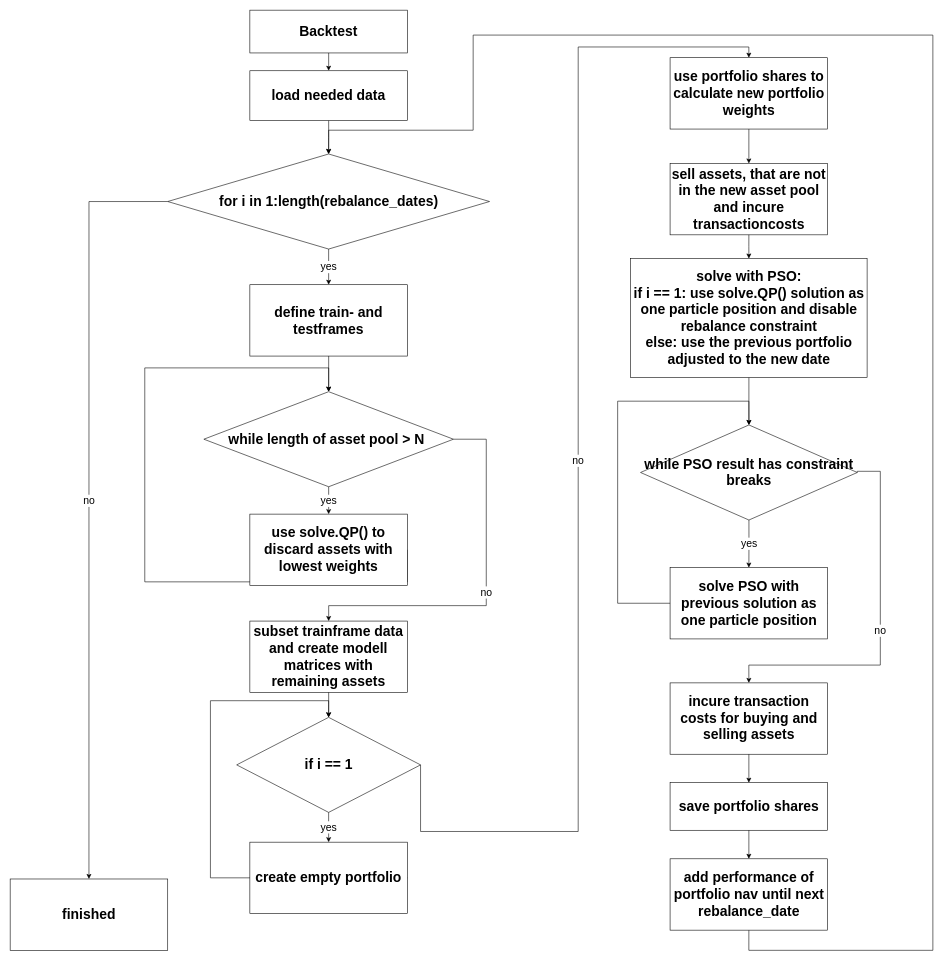
This is img/Chapter9_PSO_Process3.drawio from AxelCode-R/Asset-Allocation-using-Particle-Swarm-Optimization-in-R, a draw.io file, before an edit. Source tidied: cells renumbered, new cells numbered last; positions are measured from the earlier drawing's top-left corner, leaving out a move shared by most shapes. Both pictures are drawn from the tidied source at 58%, with x=0, y=0 at pixel (10, 10).
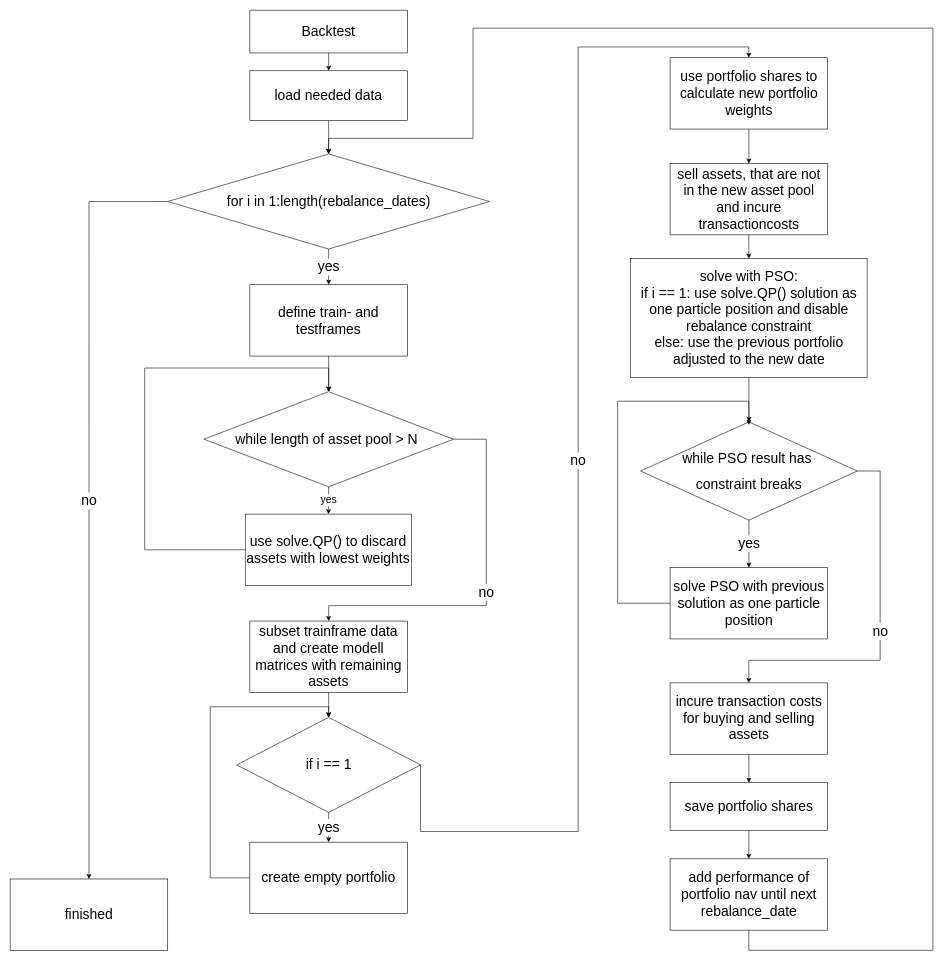
After the change.

Unchanged cells that the change refers to:
```xml
<mxCell id="2" style="group;" parent="1" vertex="1">
  <mxGeometry width="1592" height="1621" as="geometry" />
</mxCell>
```

Diff of the diagram source:
```diff
@@
-    <mxCell id="3" value="&lt;h1&gt;Backtest&lt;/h1&gt;" style="whiteSpace=wrap;html=1;" parent="2" vertex="1">
+    <mxCell id="3" value="&lt;h1&gt;&lt;span style=&quot;font-weight: normal&quot;&gt;Backtest&lt;/span&gt;&lt;/h1&gt;" style="whiteSpace=wrap;html=1;" parent="2" vertex="1">
       <mxGeometry x="413.3" width="271.7" height="73.8" as="geometry" />
     </mxCell>
-    <mxCell id="4" value="&lt;h1&gt;load needed data&lt;/h1&gt;" style="whiteSpace=wrap;html=1;" parent="2" vertex="1">
+    <mxCell id="4" value="&lt;h1&gt;&lt;span style=&quot;font-weight: normal&quot;&gt;load needed data&lt;/span&gt;&lt;/h1&gt;" style="whiteSpace=wrap;html=1;" parent="2" vertex="1">
       <mxGeometry x="413.3" y="104.5" width="271.7" height="86.1" as="geometry" />
     </mxCell>
@@
-    <mxCell id="6" value="&lt;h1&gt;&lt;span&gt;for i in 1:length(rebalance_dates)&lt;/span&gt;&lt;/h1&gt;" style="rhombus;whiteSpace=wrap;html=1;" parent="2" vertex="1">
+    <mxCell id="6" value="&lt;h1&gt;&lt;span style=&quot;font-weight: normal&quot;&gt;for i in 1:length(rebalance_dates)&lt;/span&gt;&lt;/h1&gt;" style="rhombus;whiteSpace=wrap;html=1;" parent="2" vertex="1">
       <mxGeometry x="271.7" y="248" width="554.8" height="163.9" as="geometry" />
     </mxCell>
@@
-    <mxCell id="8" value="&lt;h1&gt;define train- and testframes&lt;/h1&gt;" style="whiteSpace=wrap;html=1;" parent="2" vertex="1">
+    <mxCell id="8" value="&lt;h1&gt;&lt;span style=&quot;font-weight: normal&quot;&gt;define train- and testframes&lt;/span&gt;&lt;/h1&gt;" style="whiteSpace=wrap;html=1;" parent="2" vertex="1">
       <mxGeometry x="413.3" y="473.4" width="271.7" height="123" as="geometry" />
     </mxCell>
-    <mxCell id="9" value="&lt;font style=&quot;font-size: 18px&quot;&gt;yes&lt;/font&gt;" style="edgeStyle=orthogonalEdgeStyle;rounded=0;jettySize=auto;html=1;exitX=0.5;exitY=1;exitDx=0;exitDy=0;entryX=0.5;entryY=0;entryDx=0;entryDy=0;" parent="2" edge="1" source="6" target="8">
+    <mxCell id="9" value="&lt;font style=&quot;font-size: 24px&quot;&gt;yes&lt;/font&gt;" style="edgeStyle=orthogonalEdgeStyle;rounded=0;jettySize=auto;html=1;exitX=0.5;exitY=1;exitDx=0;exitDy=0;entryX=0.5;entryY=0;entryDx=0;entryDy=0;" parent="2" edge="1" source="6" target="8">
       <mxGeometry relative="1" as="geometry" />
     </mxCell>
-    <mxCell id="10" value="&lt;h1&gt;subset trainframe data and create modell matrices with remaining assets&lt;/h1&gt;" style="whiteSpace=wrap;html=1;" parent="2" vertex="1">
+    <mxCell id="10" value="&lt;h1&gt;&lt;span style=&quot;font-weight: normal&quot;&gt;subset trainframe data and create modell matrices with remaining assets&lt;/span&gt;&lt;/h1&gt;" style="whiteSpace=wrap;html=1;" parent="2" vertex="1">
       <mxGeometry x="413.3" y="1053.3" width="271.7" height="123" as="geometry" />
     </mxCell>
-    <mxCell id="11" value="&lt;font style=&quot;font-size: 18px&quot;&gt;no&lt;/font&gt;" style="edgeStyle=orthogonalEdgeStyle;rounded=0;jettySize=auto;html=1;exitX=1;exitY=0.5;exitDx=0;exitDy=0;entryX=0.5;entryY=0;entryDx=0;entryDy=0;" parent="2" edge="1" source="12" target="10">
+    <mxCell id="11" value="&lt;font style=&quot;font-size: 24px&quot;&gt;no&lt;/font&gt;" style="edgeStyle=orthogonalEdgeStyle;rounded=0;jettySize=auto;html=1;exitX=1;exitY=0.5;exitDx=0;exitDy=0;entryX=0.5;entryY=0;entryDx=0;entryDy=0;" parent="2" edge="1" source="12" target="10">
       <mxGeometry relative="1" as="geometry">
         <Array as="points">
           <mxPoint x="820.9" y="739.8" />
           <mxPoint x="820.9" y="1026.7" />
           <mxPoint x="549.2" y="1026.7" />
         </Array>
       </mxGeometry>
     </mxCell>
-    <mxCell id="12" value="&lt;h1&gt;while length of asset pool &amp;gt; N&amp;nbsp;&lt;/h1&gt;" style="rhombus;whiteSpace=wrap;html=1;" parent="2" vertex="1">
+    <mxCell id="12" value="&lt;h1&gt;&lt;span style=&quot;font-weight: normal&quot;&gt;while length of asset pool &amp;gt; N&amp;nbsp;&lt;/span&gt;&lt;/h1&gt;" style="rhombus;whiteSpace=wrap;html=1;" parent="2" vertex="1">
       <mxGeometry x="334" y="657.8" width="430.3" height="163.9" as="geometry" />
     </mxCell>
@@
     <mxCell id="14" style="edgeStyle=orthogonalEdgeStyle;rounded=0;jettySize=auto;html=1;exitX=1;exitY=0.5;exitDx=0;exitDy=0;entryX=0.5;entryY=0;entryDx=0;entryDy=0;entryPerimeter=0;" parent="2" edge="1" source="15" target="12">
       <mxGeometry relative="1" as="geometry">
         <Array as="points">
-          <mxPoint x="232.1" y="985.7" />
-          <mxPoint x="232.1" y="616.8" />
-          <mxPoint x="549.2" y="616.8" />
+          <mxPoint x="232" y="930" />
+          <mxPoint x="232" y="617" />
+          <mxPoint x="549" y="617" />
         </Array>
       </mxGeometry>
     </mxCell>
-    <mxCell id="15" value="&lt;h1&gt;use solve.QP() to discard assets with lowest weights&lt;/h1&gt;" style="whiteSpace=wrap;html=1;" parent="2" vertex="1">
-      <mxGeometry x="413.3" y="868.9" width="271.7" height="123" as="geometry" />
+    <mxCell id="15" value="&lt;h1&gt;&lt;span style=&quot;font-weight: normal&quot;&gt;use solve.QP() to discard assets with lowest weights&lt;/span&gt;&lt;/h1&gt;" style="whiteSpace=wrap;html=1;" parent="2" vertex="1">
+      <mxGeometry x="405.3" y="868.9" width="286.7" height="123" as="geometry" />
     </mxCell>
@@
-    <mxCell id="17" value="&lt;h1&gt;sell assets, that are not in the new asset pool and incure transactioncosts&lt;/h1&gt;" style="whiteSpace=wrap;html=1;" parent="2" vertex="1">
+    <mxCell id="17" value="&lt;h1&gt;&lt;span style=&quot;font-weight: normal&quot;&gt;sell assets, that are not in the new asset pool and incure transactioncosts&lt;/span&gt;&lt;/h1&gt;" style="whiteSpace=wrap;html=1;" parent="2" vertex="1">
       <mxGeometry x="1137.8" y="264.4" width="271.7" height="123" as="geometry" />
     </mxCell>
-    <mxCell id="18" value="&lt;h1&gt;while PSO result has constraint breaks&lt;/h1&gt;" style="rhombus;whiteSpace=wrap;html=1;" parent="2" vertex="1">
-      <mxGeometry x="1086.9" y="715.2" width="373.7" height="163.9" as="geometry" />
+    <mxCell id="18" value="&lt;h1&gt;&lt;span style=&quot;font-weight: normal&quot;&gt;while PSO result has&amp;nbsp;&lt;/span&gt;&lt;/h1&gt;&lt;h1&gt;&lt;span style=&quot;font-weight: normal&quot;&gt;constraint breaks&lt;/span&gt;&lt;/h1&gt;" style="rhombus;whiteSpace=wrap;html=1;" parent="2" vertex="1">
+      <mxGeometry x="1086.9" y="710" width="373.7" height="169.2" as="geometry" />
     </mxCell>
@@
-    <mxCell id="20" value="&lt;h1&gt;solve with PSO:&lt;br&gt;if i == 1: use solve.QP() solution as one particle position and disable rebalance constraint&lt;br&gt;else: use the previous portfolio adjusted to the new date&lt;/h1&gt;" style="whiteSpace=wrap;html=1;" parent="2" vertex="1">
+    <mxCell id="20" value="&lt;h1&gt;&lt;span style=&quot;font-weight: normal&quot;&gt;solve with PSO:&lt;br&gt;if i == 1: use solve.QP() solution as one particle position and disable rebalance constraint&lt;br&gt;else: use the previous portfolio adjusted to the new date&lt;/span&gt;&lt;/h1&gt;" style="whiteSpace=wrap;html=1;" parent="2" vertex="1">
       <mxGeometry x="1069.9" y="428.3" width="407.6" height="204.9" as="geometry" />
     </mxCell>
@@
-    <mxCell id="23" value="&lt;h1&gt;solve PSO with previous solution as one particle position&lt;/h1&gt;" style="whiteSpace=wrap;html=1;" parent="2" vertex="1">
+    <mxCell id="23" value="&lt;h1&gt;&lt;span style=&quot;font-weight: normal&quot;&gt;solve PSO with previous solution as one particle position&lt;/span&gt;&lt;/h1&gt;" style="whiteSpace=wrap;html=1;" parent="2" vertex="1">
       <mxGeometry x="1137.8" y="961.1" width="271.7" height="123" as="geometry" />
     </mxCell>
-    <mxCell id="24" value="&lt;font style=&quot;font-size: 18px&quot;&gt;yes&lt;/font&gt;" style="edgeStyle=orthogonalEdgeStyle;rounded=0;jettySize=auto;html=1;exitX=0.5;exitY=1;exitDx=0;exitDy=0;entryX=0.5;entryY=0;entryDx=0;entryDy=0;" parent="2" edge="1" source="18" target="23">
+    <mxCell id="24" value="&lt;font style=&quot;font-size: 24px&quot;&gt;yes&lt;/font&gt;" style="edgeStyle=orthogonalEdgeStyle;rounded=0;jettySize=auto;html=1;exitX=0.5;exitY=1;exitDx=0;exitDy=0;entryX=0.5;entryY=0;entryDx=0;entryDy=0;" parent="2" edge="1" source="18" target="23">
       <mxGeometry relative="1" as="geometry" />
     </mxCell>
-    <mxCell id="25" value="&lt;h1&gt;incure transaction costs for buying and selling assets&lt;/h1&gt;" style="whiteSpace=wrap;html=1;" parent="2" vertex="1">
+    <mxCell id="25" value="&lt;h1&gt;&lt;span style=&quot;font-weight: normal&quot;&gt;incure transaction costs for buying and selling assets&lt;/span&gt;&lt;/h1&gt;" style="whiteSpace=wrap;html=1;" parent="2" vertex="1">
       <mxGeometry x="1137.8" y="1159.9" width="271.7" height="123" as="geometry" />
     </mxCell>
-    <mxCell id="26" value="&lt;font style=&quot;font-size: 18px&quot;&gt;no&lt;/font&gt;" style="edgeStyle=orthogonalEdgeStyle;rounded=0;jettySize=auto;html=1;exitX=1;exitY=0.5;exitDx=0;exitDy=0;entryX=0.5;entryY=0;entryDx=0;entryDy=0;" parent="2" edge="1" source="18" target="25">
+    <mxCell id="26" value="&lt;font style=&quot;font-size: 24px&quot;&gt;no&lt;/font&gt;" style="edgeStyle=orthogonalEdgeStyle;rounded=0;jettySize=auto;html=1;exitX=1;exitY=0.5;exitDx=0;exitDy=0;entryX=0.5;entryY=0;entryDx=0;entryDy=0;" parent="2" edge="1" source="18" target="25">
       <mxGeometry relative="1" as="geometry">
         <Array as="points">
-          <mxPoint x="1500.3" y="795.1" />
-          <mxPoint x="1500.3" y="1129.2" />
-          <mxPoint x="1273.8" y="1129.2" />
+          <mxPoint x="1500" y="795" />
+          <mxPoint x="1500" y="1121" />
+          <mxPoint x="1274" y="1121" />
         </Array>
       </mxGeometry>
     </mxCell>
-    <mxCell id="27" value="&lt;h1&gt;save portfolio shares&lt;/h1&gt;" style="whiteSpace=wrap;html=1;" parent="2" vertex="1">
+    <mxCell id="27" value="&lt;h1&gt;&lt;span style=&quot;font-weight: normal&quot;&gt;save portfolio shares&lt;/span&gt;&lt;/h1&gt;" style="whiteSpace=wrap;html=1;" parent="2" vertex="1">
       <mxGeometry x="1137.8" y="1332" width="271.7" height="82" as="geometry" />
     </mxCell>
@@
     <mxCell id="29" style="edgeStyle=orthogonalEdgeStyle;rounded=0;jettySize=auto;html=1;exitX=0.5;exitY=1;exitDx=0;exitDy=0;entryX=0.5;entryY=0;entryDx=0;entryDy=0;" parent="2" edge="1" source="30" target="6">
       <mxGeometry relative="1" as="geometry">
         <Array as="points">
-          <mxPoint x="1273.8" y="1621" />
-          <mxPoint x="1590.9" y="1621" />
-          <mxPoint x="1590.9" y="43" />
-          <mxPoint x="798.3" y="43" />
-          <mxPoint x="798.3" y="207" />
-          <mxPoint x="549.2" y="207" />
+          <mxPoint x="1274" y="1621" />
+          <mxPoint x="1591" y="1621" />
+          <mxPoint x="1591" y="31" />
+          <mxPoint x="798" y="31" />
+          <mxPoint x="798" y="221" />
+          <mxPoint x="549" y="221" />
         </Array>
       </mxGeometry>
     </mxCell>
-    <mxCell id="30" value="&lt;h1&gt;add performance of portfolio nav until next rebalance_date&lt;/h1&gt;" style="whiteSpace=wrap;html=1;" parent="2" vertex="1">
+    <mxCell id="30" value="&lt;h1&gt;&lt;span style=&quot;font-weight: normal&quot;&gt;add performance of portfolio nav until next rebalance_date&lt;/span&gt;&lt;/h1&gt;" style="whiteSpace=wrap;html=1;" parent="2" vertex="1">
       <mxGeometry x="1137.8" y="1463.2" width="271.7" height="123" as="geometry" />
     </mxCell>
@@
-    <mxCell id="32" value="&lt;h1&gt;if i == 1&lt;/h1&gt;" style="rhombus;whiteSpace=wrap;html=1;" parent="2" vertex="1">
+    <mxCell id="32" value="&lt;h1&gt;&lt;span style=&quot;font-weight: normal&quot;&gt;if i == 1&lt;/span&gt;&lt;/h1&gt;" style="rhombus;whiteSpace=wrap;html=1;" parent="2" vertex="1">
       <mxGeometry x="390.6" y="1219.3" width="317" height="163.9" as="geometry" />
     </mxCell>
@@
     <mxCell id="34" style="edgeStyle=orthogonalEdgeStyle;rounded=0;jettySize=auto;html=1;exitX=1;exitY=0.5;exitDx=0;exitDy=0;entryX=0.5;entryY=0;entryDx=0;entryDy=0;" parent="2" edge="1" source="35" target="32">
       <mxGeometry relative="1" as="geometry">
         <Array as="points">
-          <mxPoint x="345.3" y="1496" />
-          <mxPoint x="345.3" y="1190.6" />
-          <mxPoint x="549.2" y="1190.6" />
+          <mxPoint x="345" y="1496" />
+          <mxPoint x="345" y="1201" />
+          <mxPoint x="549" y="1201" />
         </Array>
       </mxGeometry>
     </mxCell>
-    <mxCell id="35" value="&lt;h1&gt;create empty portfolio&lt;/h1&gt;" style="whiteSpace=wrap;html=1;" parent="2" vertex="1">
+    <mxCell id="35" value="&lt;h1&gt;&lt;span style=&quot;font-weight: normal&quot;&gt;create empty portfolio&lt;/span&gt;&lt;/h1&gt;" style="whiteSpace=wrap;html=1;" parent="2" vertex="1">
       <mxGeometry x="413.3" y="1434.5" width="271.7" height="123" as="geometry" />
     </mxCell>
-    <mxCell id="36" value="&lt;font style=&quot;font-size: 18px&quot;&gt;yes&lt;/font&gt;" style="edgeStyle=orthogonalEdgeStyle;rounded=0;jettySize=auto;html=1;exitX=0.5;exitY=1;exitDx=0;exitDy=0;entryX=0.5;entryY=0;entryDx=0;entryDy=0;" parent="2" edge="1" source="32" target="35">
+    <mxCell id="36" value="&lt;font style=&quot;font-size: 24px&quot;&gt;yes&lt;/font&gt;" style="edgeStyle=orthogonalEdgeStyle;rounded=0;jettySize=auto;html=1;exitX=0.5;exitY=1;exitDx=0;exitDy=0;entryX=0.5;entryY=0;entryDx=0;entryDy=0;" parent="2" edge="1" source="32" target="35">
       <mxGeometry relative="1" as="geometry" />
     </mxCell>
@@
-    <mxCell id="38" value="&lt;h1&gt;use portfolio shares to calculate new portfolio weights&lt;/h1&gt;" style="whiteSpace=wrap;html=1;" parent="2" vertex="1">
+    <mxCell id="38" value="&lt;h1&gt;&lt;span style=&quot;font-weight: normal&quot;&gt;use portfolio shares to calculate new portfolio weights&lt;/span&gt;&lt;/h1&gt;" style="whiteSpace=wrap;html=1;" parent="2" vertex="1">
       <mxGeometry x="1137.8" y="82" width="271.7" height="123" as="geometry" />
     </mxCell>
-    <mxCell id="39" value="&lt;font style=&quot;font-size: 18px&quot;&gt;no&lt;/font&gt;" style="edgeStyle=orthogonalEdgeStyle;rounded=0;jettySize=auto;html=1;exitX=1;exitY=0.5;exitDx=0;exitDy=0;entryX=0.5;entryY=0;entryDx=0;entryDy=0;" parent="2" edge="1" source="32" target="38">
+    <mxCell id="39" value="&lt;font style=&quot;font-size: 24px&quot;&gt;no&lt;/font&gt;" style="edgeStyle=orthogonalEdgeStyle;rounded=0;jettySize=auto;html=1;exitX=1;exitY=0.5;exitDx=0;exitDy=0;entryX=0.5;entryY=0;entryDx=0;entryDy=0;" parent="2" edge="1" source="32" target="38">
       <mxGeometry relative="1" as="geometry">
         <Array as="points">
           <mxPoint x="707.7" y="1416.1" />
           <mxPoint x="979.4" y="1416.1" />
           <mxPoint x="979.4" y="63.5" />
           <mxPoint x="1273.8" y="63.5" />
         </Array>
       </mxGeometry>
     </mxCell>
-    <mxCell id="40" value="&lt;h1&gt;finished&lt;/h1&gt;" style="whiteSpace=wrap;html=1;" parent="2" vertex="1">
+    <mxCell id="40" value="&lt;h1&gt;&lt;span style=&quot;font-weight: normal&quot;&gt;finished&lt;/span&gt;&lt;/h1&gt;" style="whiteSpace=wrap;html=1;" parent="2" vertex="1">
       <mxGeometry y="1498" width="271.7" height="123" as="geometry" />
     </mxCell>
-    <mxCell id="41" value="&lt;font style=&quot;font-size: 18px&quot;&gt;no&lt;/font&gt;" style="edgeStyle=orthogonalEdgeStyle;rounded=0;jettySize=auto;html=1;exitX=0;exitY=0.5;exitDx=0;exitDy=0;entryX=0.5;entryY=0;entryDx=0;entryDy=0;" parent="2" edge="1" source="6" target="40">
+    <mxCell id="41" value="&lt;font style=&quot;font-size: 24px&quot;&gt;no&lt;/font&gt;" style="edgeStyle=orthogonalEdgeStyle;rounded=0;jettySize=auto;html=1;exitX=0;exitY=0.5;exitDx=0;exitDy=0;entryX=0.5;entryY=0;entryDx=0;entryDy=0;" parent="2" edge="1" source="6" target="40">
       <mxGeometry relative="1" as="geometry" />
     </mxCell>
```
